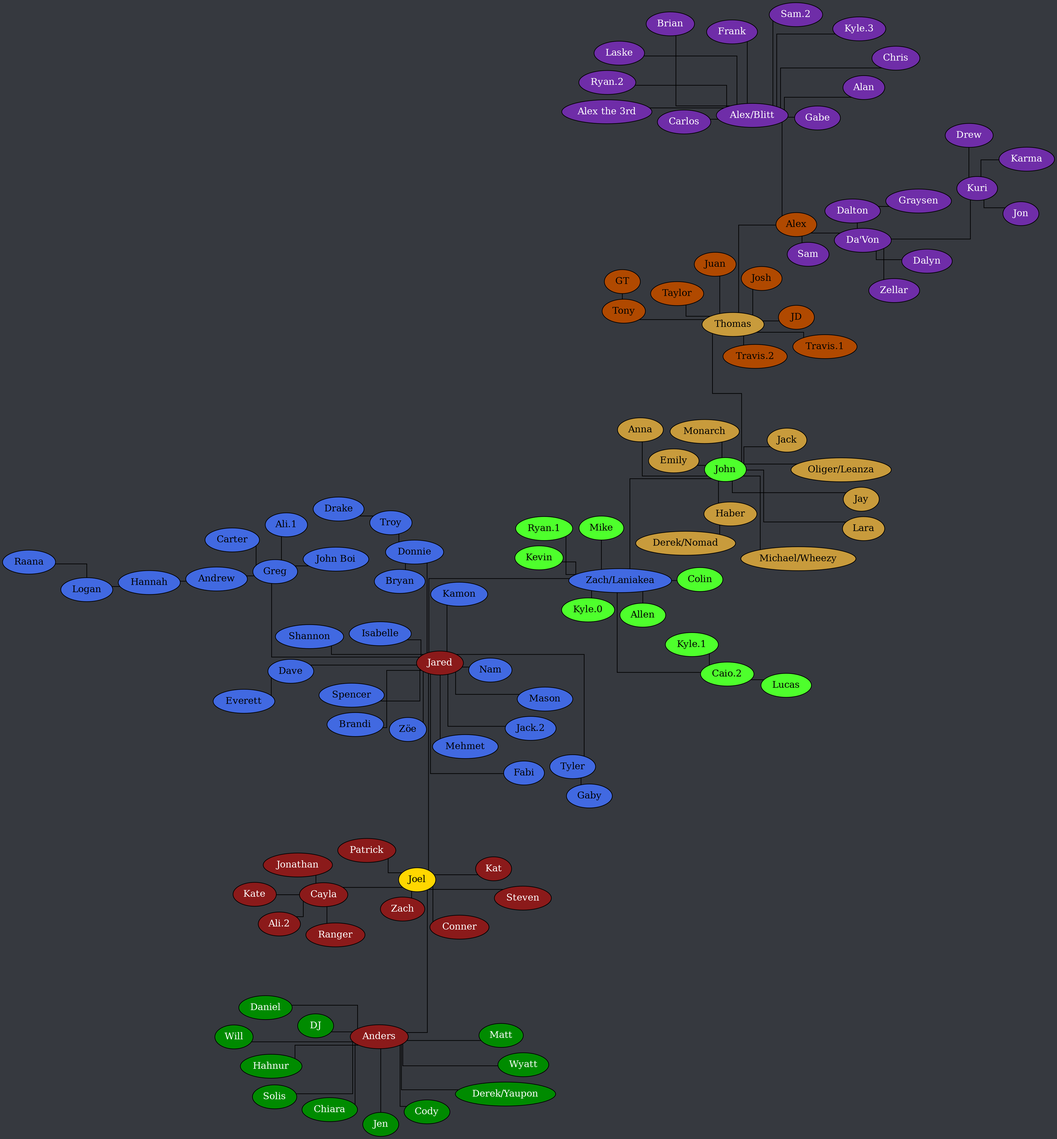
Above: tree.png in Documidas/CoronaCatzFamilyTree (Graphviz), before the change. Its source is kept beside it as tree.dot.
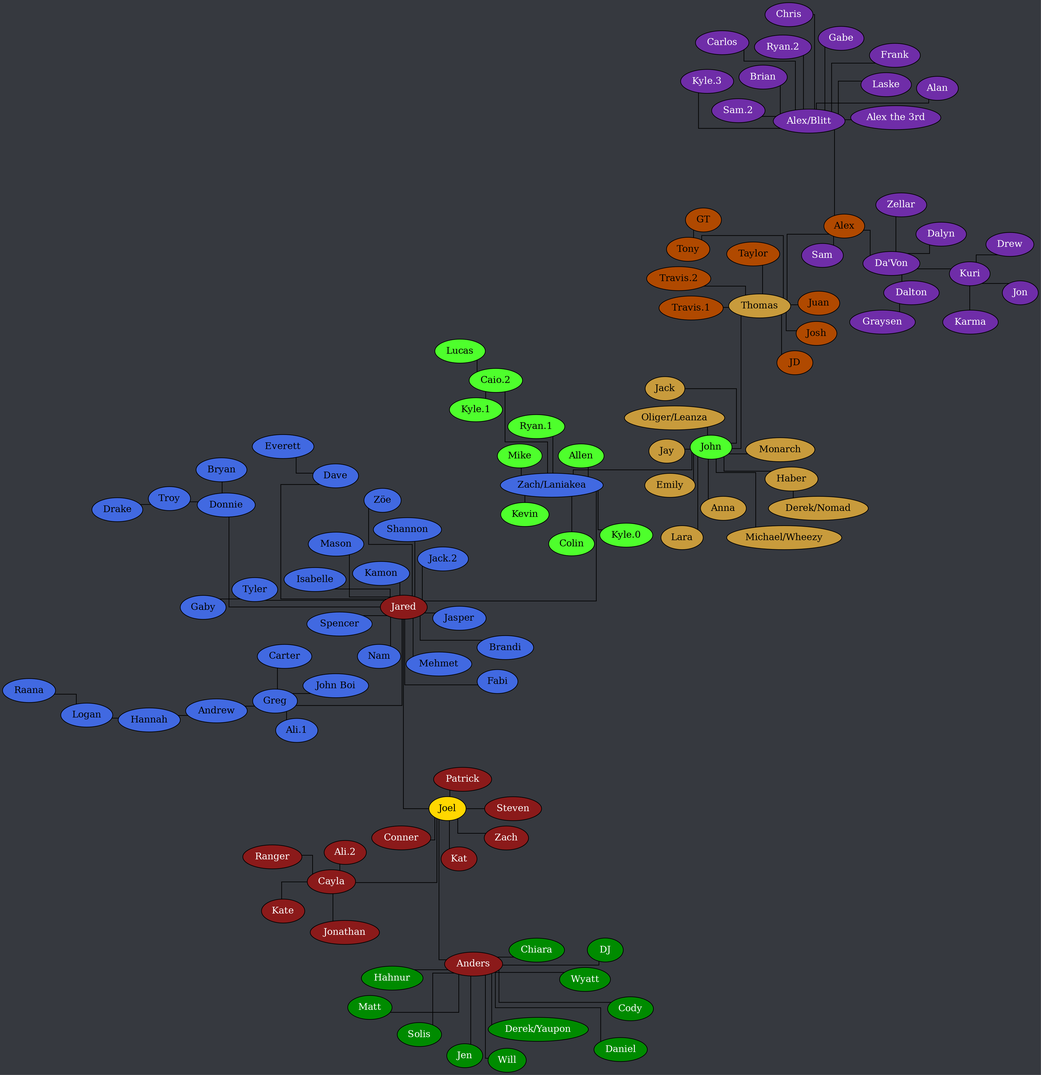
The same diagram one commit later.

Diff of the diagram source:
```diff
@@ -62,6 +62,7 @@
 		Jared -- Donnie;
 		Jared -- Fabi;
 		Jared -- "Jack.2";
+		Jared -- Jasper;
 		Jared -- Kamon;
 		Jared -- Greg;
 		Jared -- Isabelle;
```
